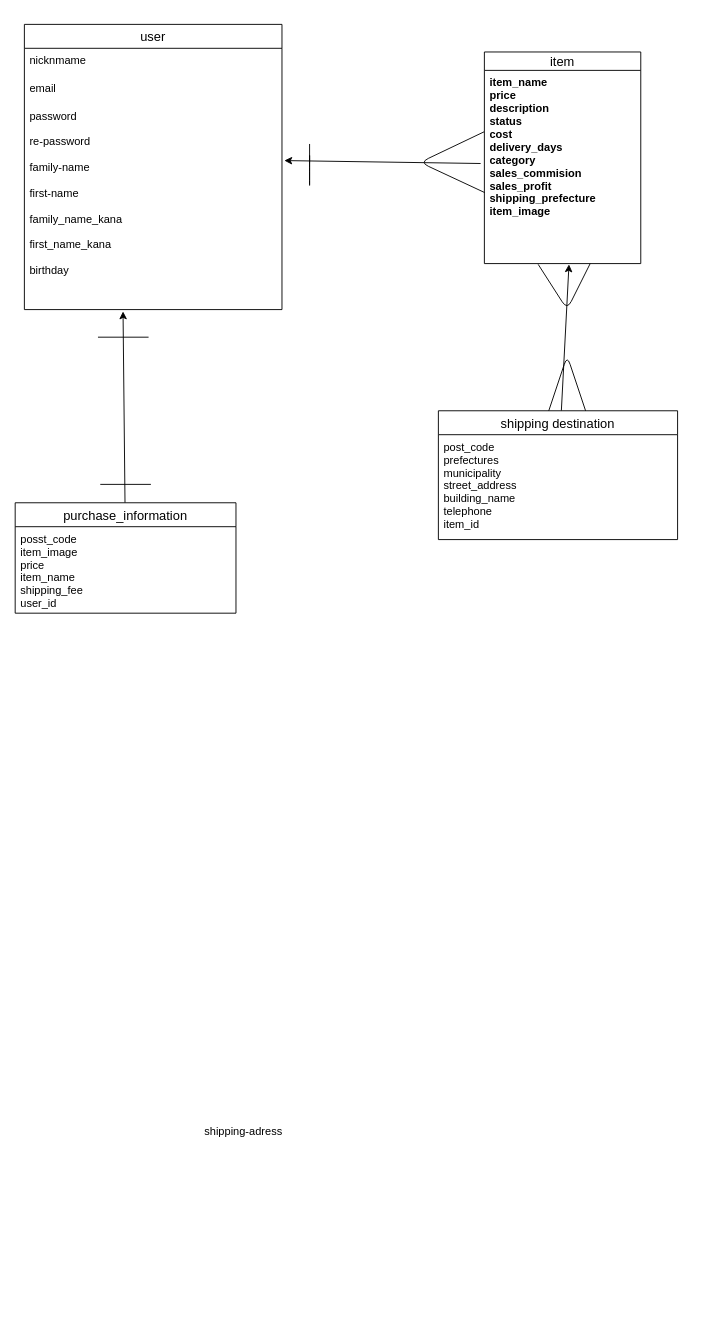
This is ER.dio from srho1212/furima-41247, a draw.io file, before an edit. Source tidied: cells renumbered, new cells numbered last; positions are measured from the earlier drawing's top-left corner, leaving out a move shared by most shapes. Both pictures are drawn from the tidied source at 92%, with x=0, y=0 at pixel (15, 24).
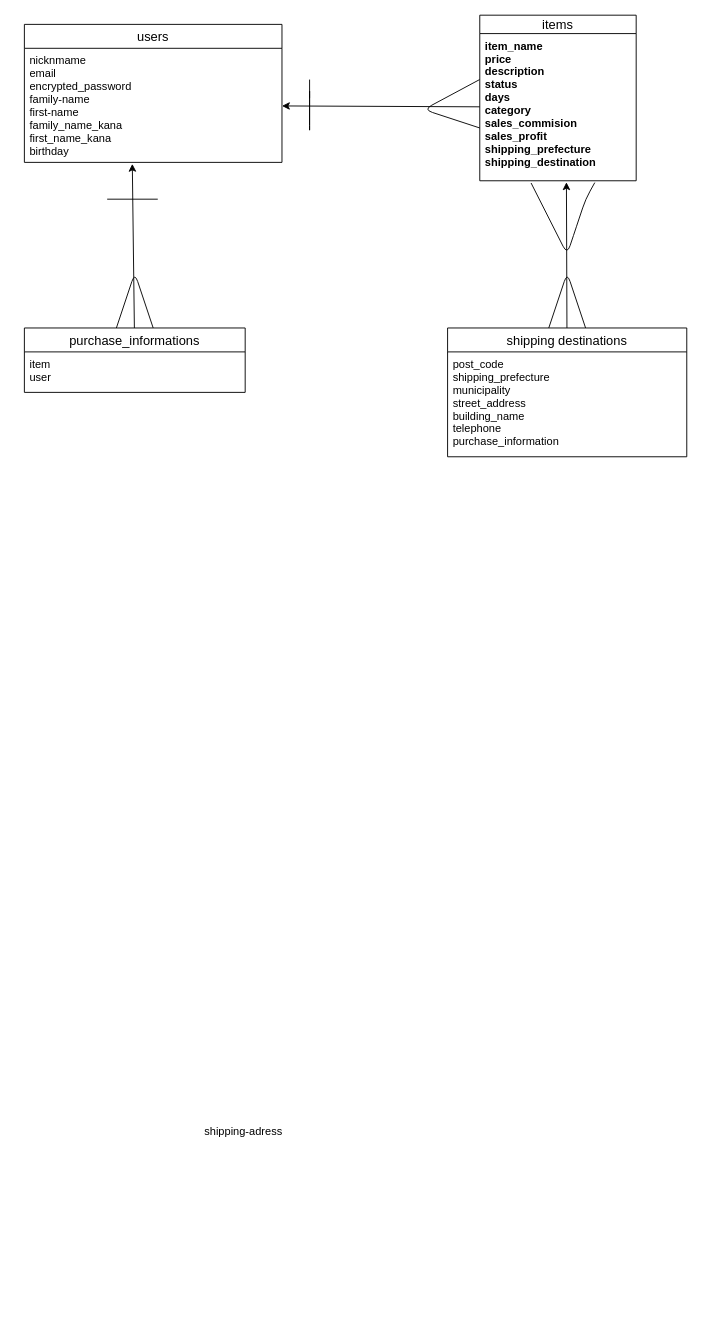
The same page after the edit.

Commit message (it also covers changes not shown here):
データベース設計（修正2）

Change to the diagram source:
```diff
@@
-    <mxCell id="2" value="user" style="swimlane;fontStyle=0;horizontal=1;startSize=26;align=center;fontSize=14;" parent="1" vertex="1">
-      <mxGeometry x="10" width="280" height="310" as="geometry" />
+    <mxCell id="2" value="users" style="swimlane;fontStyle=0;horizontal=1;startSize=26;align=center;fontSize=14;" parent="1" vertex="1">
+      <mxGeometry x="10" width="280" height="150" as="geometry" />
     </mxCell>
-    <mxCell id="3" value="nicknmame" style="text;strokeColor=none;fillColor=none;spacingLeft=4;spacingRight=4;overflow=hidden;points=[[0,0.5],[1,0.5]];portConstraint=eastwest;fontSize=12;" parent="2" vertex="1">
-      <mxGeometry y="26" width="280" height="30" as="geometry" />
+    <mxCell id="3" value="nicknmame&#10;email&#10;encrypted_password&#10;family-name&#10;first-name&#10;family_name_kana&#10;first_name_kana&#10;birthday" style="text;strokeColor=none;fillColor=none;spacingLeft=4;spacingRight=4;overflow=hidden;points=[[0,0.5],[1,0.5]];portConstraint=eastwest;fontSize=12;" parent="2" vertex="1">
+      <mxGeometry y="26" width="280" height="124" as="geometry" />
     </mxCell>
-    <mxCell id="4" value="email" style="text;strokeColor=none;fillColor=none;spacingLeft=4;spacingRight=4;overflow=hidden;fontSize=12;" parent="2" vertex="1">
-      <mxGeometry y="56" width="280" height="30" as="geometry" />
-    </mxCell>
-    <mxCell id="5" value="password&#10;&#10;re-password&#10;&#10;family-name&#10;&#10;first-name&#10;&#10;family_name_kana&#10;&#10;first_name_kana&#10;&#10;birthday" style="text;strokeColor=none;fillColor=none;spacingLeft=4;spacingRight=4;overflow=hidden;points=[[0,0.5],[1,0.5]];portConstraint=eastwest;fontSize=12;" parent="2" vertex="1">
-      <mxGeometry y="86" width="280" height="224" as="geometry" />
-    </mxCell>
-    <mxCell id="6" style="edgeStyle=none;html=1;entryX=0.383;entryY=1.009;entryDx=0;entryDy=0;entryPerimeter=0;" parent="1" edge="1" source="7" target="5">
+    <mxCell id="6" style="edgeStyle=none;html=1;entryX=0.419;entryY=1.013;entryDx=0;entryDy=0;entryPerimeter=0;" parent="1" edge="1" source="7" target="3">
       <mxGeometry relative="1" as="geometry" />
     </mxCell>
-    <mxCell id="7" value="purchase_information" style="swimlane;fontStyle=0;horizontal=1;startSize=26;align=center;fontSize=14;" parent="1" vertex="1">
-      <mxGeometry y="520" width="240" height="120" as="geometry" />
+    <mxCell id="7" value="purchase_informations" style="swimlane;fontStyle=0;horizontal=1;startSize=26;align=center;fontSize=14;" parent="1" vertex="1">
+      <mxGeometry x="10" y="330" width="240" height="70" as="geometry" />
     </mxCell>
-    <mxCell id="8" value="posst_code&#10;item_image&#10;price&#10;item_name&#10;shipping_fee&#10;user_id" style="text;strokeColor=none;fillColor=none;spacingLeft=4;spacingRight=4;overflow=hidden;fontSize=12;" parent="7" vertex="1">
-      <mxGeometry y="26" width="240" height="94" as="geometry" />
+    <mxCell id="8" value="item&#10;user" style="text;strokeColor=none;fillColor=none;spacingLeft=4;spacingRight=4;overflow=hidden;fontSize=12;" parent="7" vertex="1">
+      <mxGeometry y="26" width="240" height="44" as="geometry" />
     </mxCell>
-    <mxCell id="9" style="edgeStyle=none;html=1;entryX=0.541;entryY=1.004;entryDx=0;entryDy=0;entryPerimeter=0;" parent="1" edge="1" source="10" target="14">
+    <mxCell id="9" style="edgeStyle=none;html=1;entryX=0.554;entryY=1.01;entryDx=0;entryDy=0;entryPerimeter=0;" parent="1" edge="1" source="10" target="22">
       <mxGeometry relative="1" as="geometry" />
     </mxCell>
-    <mxCell id="10" value="shipping destination" style="swimlane;fontStyle=0;horizontal=1;startSize=26;align=center;fontSize=14;" parent="1" vertex="1">
-      <mxGeometry x="460" y="420" width="260" height="140" as="geometry" />
+    <mxCell id="10" value="shipping destinations" style="swimlane;fontStyle=0;horizontal=1;startSize=26;align=center;fontSize=14;" parent="1" vertex="1">
+      <mxGeometry x="470" y="330" width="260" height="140" as="geometry" />
     </mxCell>
-    <mxCell id="11" value="post_code&#10;prefectures&#10;municipality&#10;street_address&#10;building_name&#10;telephone&#10;item_id&#10;" style="text;strokeColor=none;fillColor=none;spacingLeft=4;spacingRight=4;overflow=hidden;fontSize=12;" parent="10" vertex="1">
+    <mxCell id="11" value="post_code&#10;shipping_prefecture&#10;municipality&#10;street_address&#10;building_name&#10;telephone&#10;purchase_information &#10;" style="text;strokeColor=none;fillColor=none;spacingLeft=4;spacingRight=4;overflow=hidden;fontSize=12;" parent="10" vertex="1">
       <mxGeometry y="26" width="260" height="114" as="geometry" />
     </mxCell>
-    <mxCell id="12" style="edgeStyle=none;html=1;entryX=1.009;entryY=0.277;entryDx=0;entryDy=0;entryPerimeter=0;exitX=-0.024;exitY=0.482;exitDx=0;exitDy=0;exitPerimeter=0;startArrow=none;" parent="1" edge="1" source="14" target="5">
-      <mxGeometry relative="1" as="geometry" />
-    </mxCell>
-    <mxCell id="13" value="item" style="swimlane;fontStyle=0;horizontal=1;startSize=20;align=center;fontSize=14;" parent="1" vertex="1">
-      <mxGeometry x="510" y="30" width="170" height="230" as="geometry" />
+    <mxCell id="13" value="items" style="swimlane;fontStyle=0;horizontal=1;startSize=20;align=center;fontSize=14;" parent="1" vertex="1">
+      <mxGeometry x="505" y="-10" width="170" height="180" as="geometry" />
     </mxCell>
-    <mxCell id="14" value="item_name&#10;price&#10;description&#10;status&#10;cost&#10;delivery_days&#10;category&#10;sales_commision&#10;sales_profit&#10;shipping_prefecture&#10;item_image&#10;" style="text;strokeColor=none;fillColor=none;spacingLeft=4;spacingRight=4;overflow=hidden;points=[[0,0.5],[1,0.5]];portConstraint=eastwest;fontSize=12;fontStyle=1;" parent="13" vertex="1">
-      <mxGeometry y="20" width="170" height="210" as="geometry" />
-    </mxCell>
+    <mxCell id="22" value="item_name&#10;price&#10;description&#10;status&#10;days&#10;category&#10;sales_commision&#10;sales_profit&#10;shipping_prefecture&#10;shipping_destination &#10;" style="text;strokeColor=none;fillColor=none;spacingLeft=4;spacingRight=4;overflow=hidden;points=[[0,0.5],[1,0.5]];portConstraint=eastwest;fontSize=12;fontStyle=1;" parent="13" vertex="1">
+      <mxGeometry y="20" width="170" height="160" as="geometry" />
+    </mxCell>
+    <mxCell id="18" style="edgeStyle=none;html=1;endArrow=none;entryX=0.328;entryY=1.015;entryDx=0;entryDy=0;entryPerimeter=0;" parent="13" edge="1" target="22">
+      <mxGeometry relative="1" as="geometry">
+        <mxPoint x="125" y="182" as="sourcePoint" />
+        <Array as="points">
+          <mxPoint x="115" y="200" />
+          <mxPoint x="105" y="230" />
+          <mxPoint x="95" y="260" />
+        </Array>
+      </mxGeometry>
+    </mxCell>
@@
-    <mxCell id="16" style="edgeStyle=none;html=1;entryX=1.009;entryY=0.277;entryDx=0;entryDy=0;entryPerimeter=0;exitX=-0.002;exitY=0.318;exitDx=0;exitDy=0;exitPerimeter=0;endArrow=none;" parent="1" edge="1" source="14">
-      <mxGeometry relative="1" as="geometry">
-        <mxPoint x="510.3" y="182.8" as="targetPoint" />
-        <Array as="points">
-          <mxPoint x="440" y="150" />
-        </Array>
-      </mxGeometry>
-    </mxCell>
     <mxCell id="17" style="endArrow=none;html=1;" parent="1" edge="1">
       <mxGeometry relative="1" as="geometry">
-        <mxPoint x="320" y="150" as="sourcePoint" />
-        <mxPoint x="320" y="130" as="targetPoint" />
+        <mxPoint x="320" y="80" as="sourcePoint" />
+        <mxPoint x="320" y="60" as="targetPoint" />
         <Array as="points">
-          <mxPoint x="320" y="140" />
-          <mxPoint x="320" y="150" />
-          <mxPoint x="320" y="180" />
+          <mxPoint x="320" y="70" />
+          <mxPoint x="320" y="80" />
+          <mxPoint x="320" y="120" />
         </Array>
       </mxGeometry>
     </mxCell>
-    <mxCell id="18" style="edgeStyle=none;html=1;endArrow=none;entryX=0.344;entryY=1.004;entryDx=0;entryDy=0;entryPerimeter=0;" parent="1" edge="1" target="14">
-      <mxGeometry relative="1" as="geometry">
-        <mxPoint x="625" y="260" as="sourcePoint" />
-        <Array as="points">
-          <mxPoint x="600" y="310" />
-        </Array>
-      </mxGeometry>
-    </mxCell>
     <mxCell id="19" style="edgeStyle=none;html=1;exitX=-0.002;exitY=0.318;exitDx=0;exitDy=0;exitPerimeter=0;endArrow=none;" parent="1" edge="1">
       <mxGeometry relative="1" as="geometry">
-        <mxPoint x="580" y="420" as="sourcePoint" />
-        <mxPoint x="620" y="420" as="targetPoint" />
+        <mxPoint x="580" y="330" as="sourcePoint" />
+        <mxPoint x="620" y="330" as="targetPoint" />
         <Array as="points">
-          <mxPoint x="600" y="360" />
+          <mxPoint x="600" y="270" />
         </Array>
       </mxGeometry>
     </mxCell>
     <mxCell id="20" style="endArrow=none;html=1;" parent="1" edge="1">
       <mxGeometry relative="1" as="geometry">
-        <mxPoint x="90" y="340" as="sourcePoint" />
-        <mxPoint x="145" y="340" as="targetPoint" />
+        <mxPoint x="100" y="190" as="sourcePoint" />
+        <mxPoint x="155" y="190" as="targetPoint" />
       </mxGeometry>
     </mxCell>
-    <mxCell id="21" style="endArrow=none;html=1;" parent="1" edge="1">
-      <mxGeometry relative="1" as="geometry">
-        <mxPoint x="92.5" y="500" as="sourcePoint" />
-        <mxPoint x="147.5" y="500" as="targetPoint" />
-      </mxGeometry>
-    </mxCell>
+    <mxCell id="23" style="edgeStyle=none;html=1;exitX=-0.002;exitY=0.318;exitDx=0;exitDy=0;exitPerimeter=0;endArrow=none;" parent="1" edge="1">
+      <mxGeometry relative="1" as="geometry">
+        <mxPoint x="110" y="330" as="sourcePoint" />
+        <mxPoint x="150" y="330" as="targetPoint" />
+        <Array as="points">
+          <mxPoint x="130" y="270" />
+        </Array>
+      </mxGeometry>
+    </mxCell>
+    <mxCell id="24" style="edgeStyle=none;html=1;endArrow=none;entryX=0.344;entryY=1.004;entryDx=0;entryDy=0;entryPerimeter=0;" parent="1" edge="1">
+      <mxGeometry relative="1" as="geometry">
+        <mxPoint x="505" y="112.6" as="sourcePoint" />
+        <mxPoint x="504.8" y="60" as="targetPoint" />
+        <Array as="points">
+          <mxPoint x="444" y="92.6" />
+        </Array>
+      </mxGeometry>
+    </mxCell>
+    <mxCell id="25" style="edgeStyle=none;html=1;" parent="1" edge="1" source="22" target="3">
+      <mxGeometry relative="1" as="geometry" />
+    </mxCell>
```
